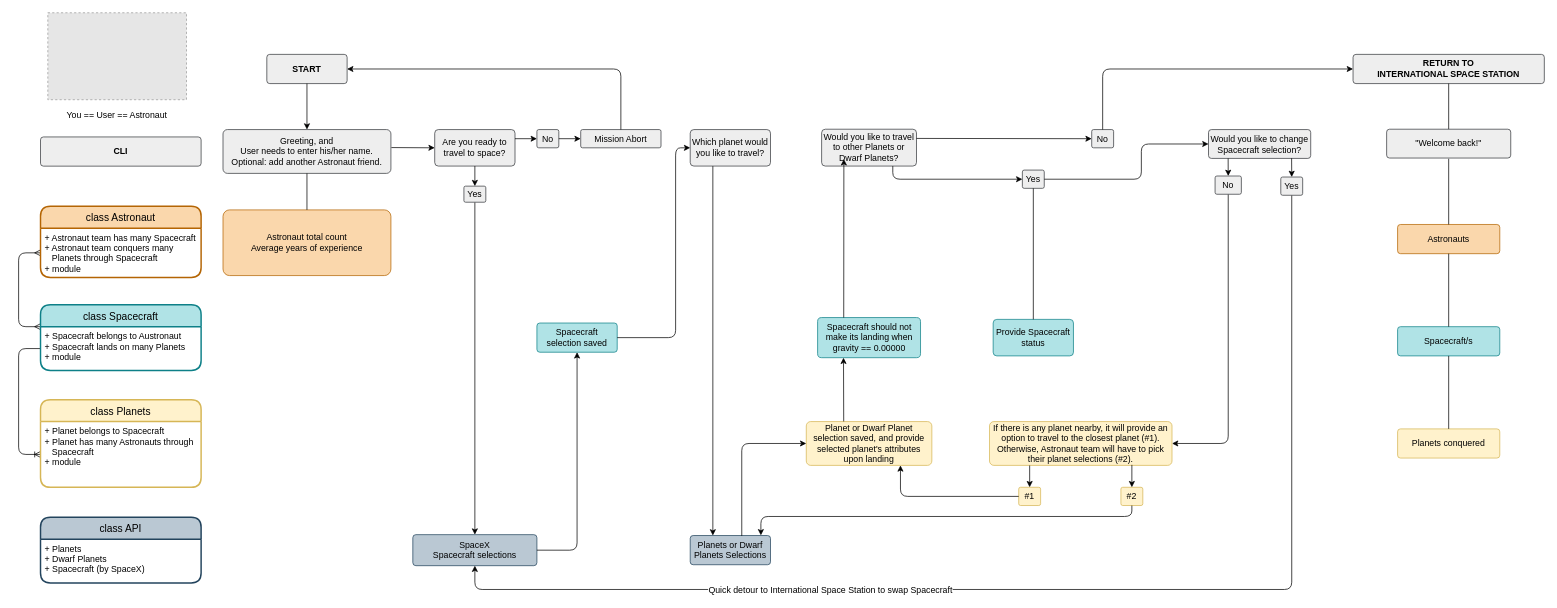
This is Space-Exp Diagram.drawio from fentybit/CLISpaceExploration, a draw.io file, before an edit. Source tidied: cells renumbered, new cells numbered last; positions are measured from the earlier drawing's top-left corner, leaving out a move shared by most shapes. Both pictures are drawn from the tidied source at 73%, with x=0, y=0 at pixel (18, 12). Pictures stored in the file or linked from it are replaced by grey dashed boxes.
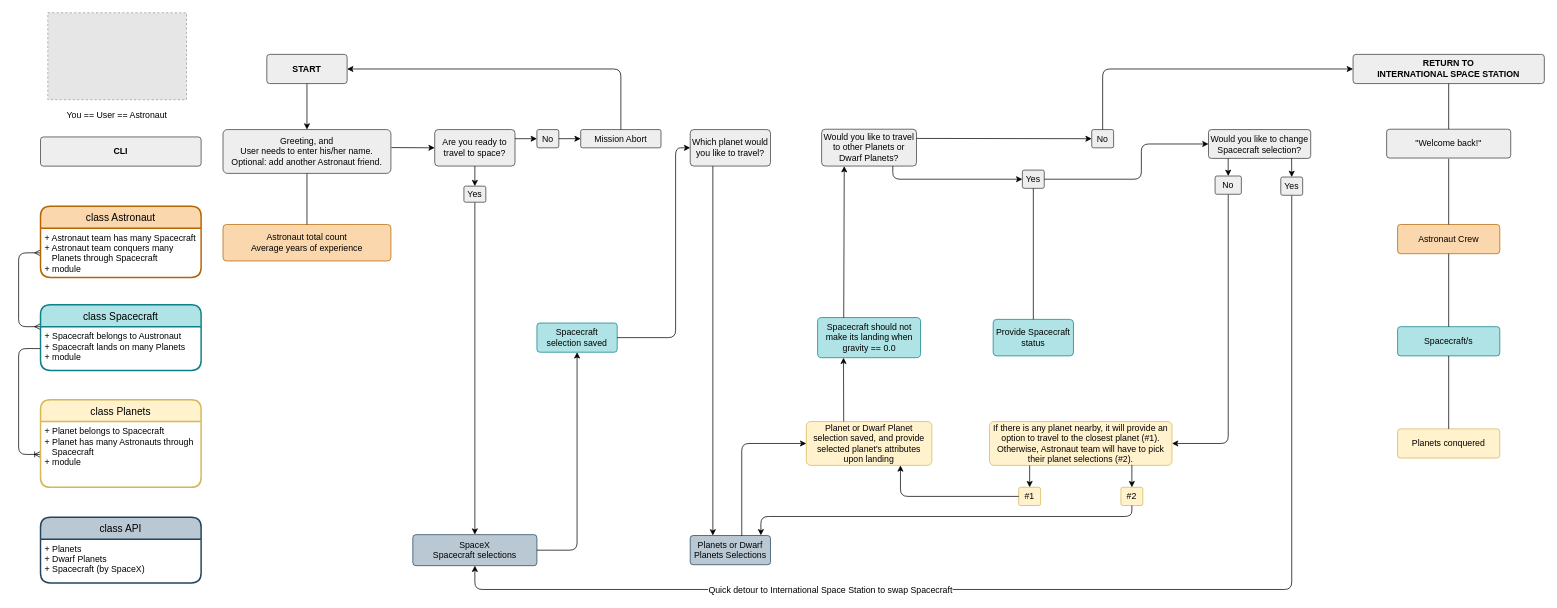
Above is the later version.

Commit message (it also covers changes not shown here):
Spacecraft, Planet and CLI class update

The edit, as a diff of the source:
```diff
@@
     <mxCell id="48" value="Astronaut total count&lt;br&gt;Average years of experience" style="rounded=1;arcSize=10;whiteSpace=wrap;html=1;align=center;fillColor=#fad7ac;strokeColor=#b46504;" parent="1" vertex="1">
-      <mxGeometry x="280" y="270" width="230" height="90" as="geometry" />
+      <mxGeometry x="280" y="290" width="230" height="50" as="geometry" />
     </mxCell>
     <mxCell id="49" style="line;strokeWidth=1;direction=south;html=1;" parent="1" vertex="1">
-      <mxGeometry x="390" y="220" width="10" height="50" as="geometry" />
+      <mxGeometry x="390" y="220" width="10" height="70" as="geometry" />
     </mxCell>
@@
-    <mxCell id="63" value="Astronauts" style="rounded=1;arcSize=10;whiteSpace=wrap;html=1;align=center;fillColor=#fad7ac;strokeColor=#b46504;" parent="1" vertex="1">
+    <mxCell id="63" value="Astronaut Crew" style="rounded=1;arcSize=10;whiteSpace=wrap;html=1;align=center;fillColor=#fad7ac;strokeColor=#b46504;" parent="1" vertex="1">
       <mxGeometry x="1889" y="290" width="140" height="40" as="geometry" />
     </mxCell>
@@
-    <mxCell id="73" value="Spacecraft should not make its landing when gravity ==&amp;nbsp;&lt;span&gt;0.00000&lt;/span&gt;" style="rounded=1;arcSize=10;whiteSpace=wrap;html=1;align=center;fillColor=#b0e3e6;strokeColor=#0e8088;" parent="1" vertex="1">
+    <mxCell id="73" value="Spacecraft should not make its landing when gravity ==&amp;nbsp;&lt;span&gt;0.0&lt;/span&gt;" style="rounded=1;arcSize=10;whiteSpace=wrap;html=1;align=center;fillColor=#b0e3e6;strokeColor=#0e8088;" parent="1" vertex="1">
       <mxGeometry x="1094.5" y="417.5" width="141" height="55" as="geometry" />
     </mxCell>
-    <mxCell id="74" style="endArrow=classic;html=1;entryX=0.25;entryY=1;entryDx=0;entryDy=0;exitX=0.268;exitY=0.002;exitDx=0;exitDy=0;exitPerimeter=0;" parent="1" edge="1">
+    <mxCell id="74" style="endArrow=classic;html=1;exitX=0.268;exitY=0.002;exitDx=0;exitDy=0;exitPerimeter=0;" parent="1" edge="1">
       <mxGeometry relative="1" as="geometry">
         <mxPoint x="1130.3" y="417.6" as="sourcePoint" />
-        <mxPoint x="1130.5" y="200.5" as="targetPoint" />
+        <mxPoint x="1131" y="210" as="targetPoint" />
       </mxGeometry>
     </mxCell>
```
